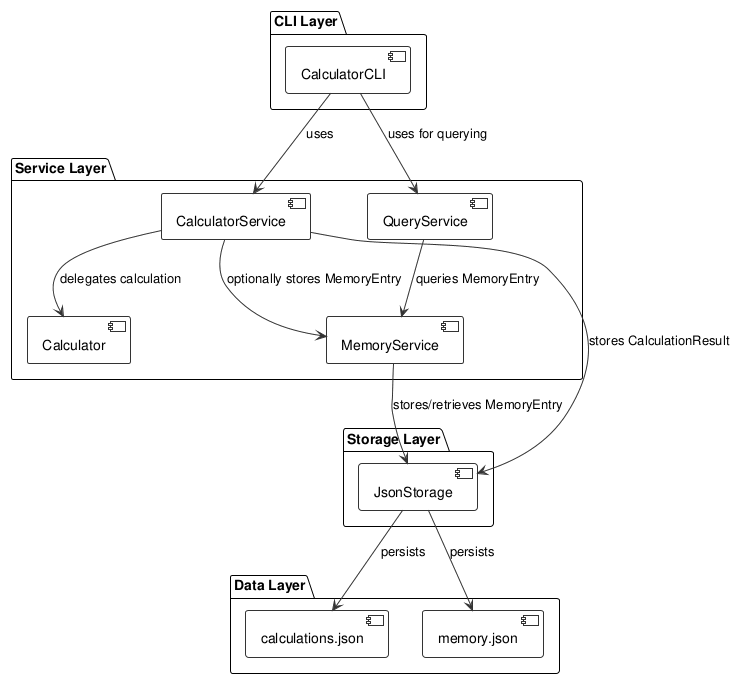
Before: experiments/broadcast/structured_text/calculator/artifacts/component_diagram.png, a diagram exported from PlantUML (DanielRiha8906/Software_autoevolution_using_agents).
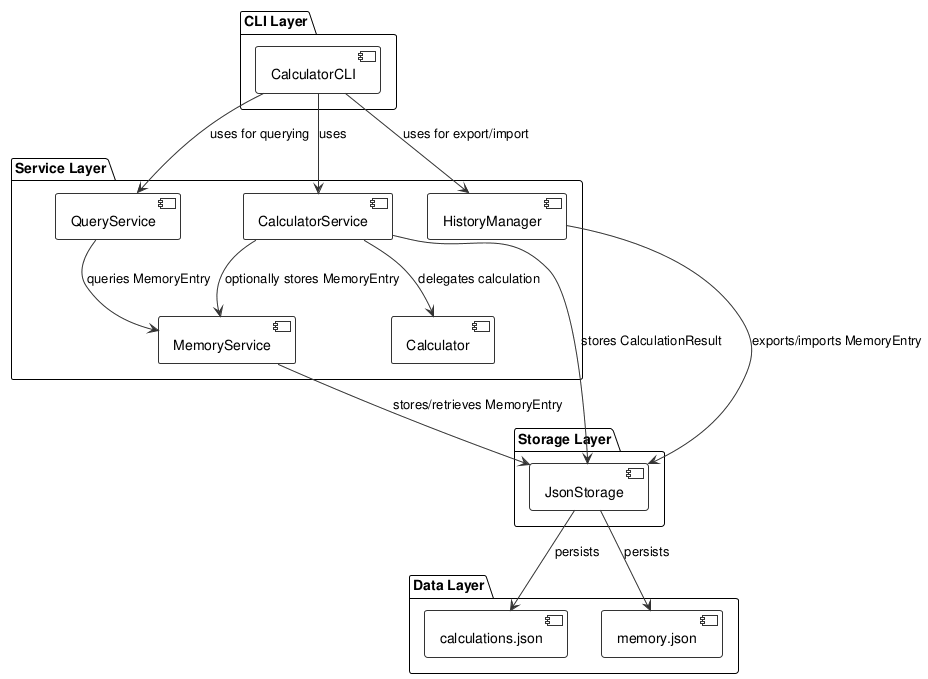
Later version of the same file.

Change to the diagram source:
```diff
@@ -12,6 +12,7 @@
 package "Service Layer" {
   component [CalculatorService] as CalcService
   component [MemoryService] as MemService
+  component [HistoryManager] as HistMgr
   component [QueryService] as QuerySvc
   component [Calculator] as CalcLogic
 }
@@ -27,6 +28,7 @@
 
 CLI --> CalcService: uses
 CLI --> QuerySvc: uses for querying
+CLI --> HistMgr: uses for export/import
 
 CalcService --> CalcLogic: delegates calculation
 CalcService --> Storage: stores CalculationResult
@@ -34,6 +36,8 @@
 
 MemService --> Storage: stores/retrieves MemoryEntry
 
+HistMgr --> Storage: exports/imports MemoryEntry
+
 QuerySvc --> MemService: queries MemoryEntry
 
 Storage --> CalcFile: persists
```
